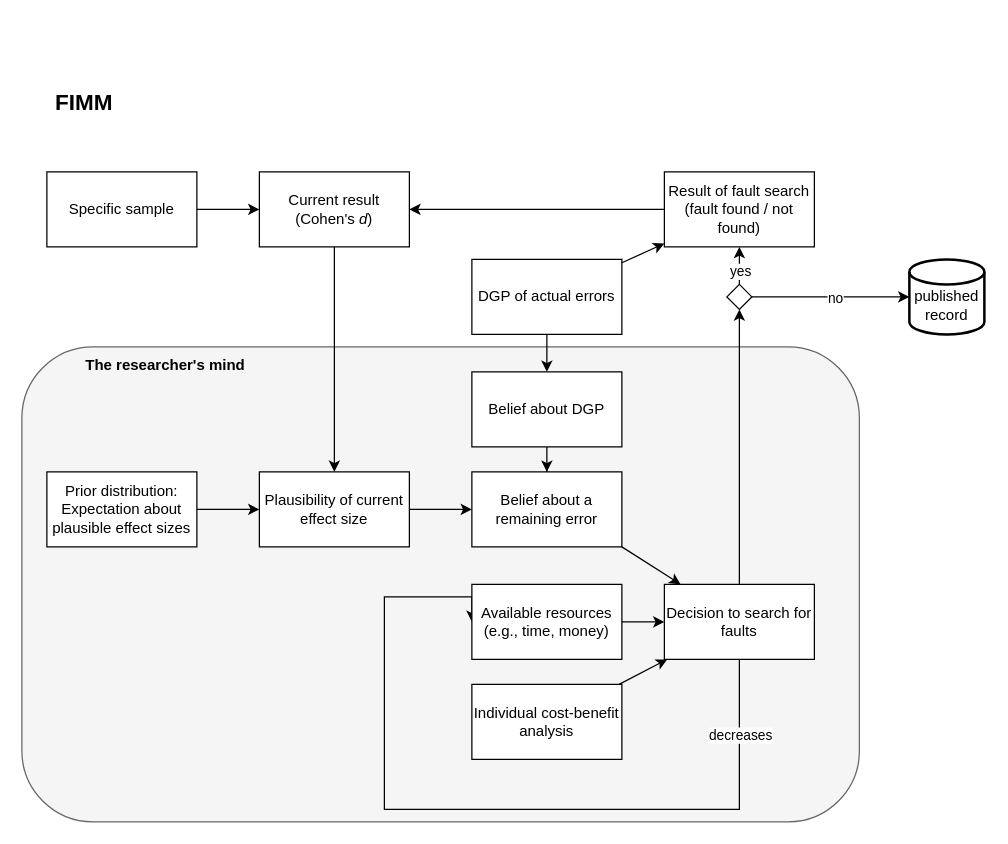
Earlier version of the draw.io diagram scientific_errors_VAST.drawio (nicebread/scientific_errors). Source tidied: cells renumbered, new cells numbered last; positions are measured from the earlier drawing's top-left corner, leaving out a move shared by most shapes. Both pictures are drawn from the tidied source at 125%, with x=0, y=0 at pixel (21, 84).
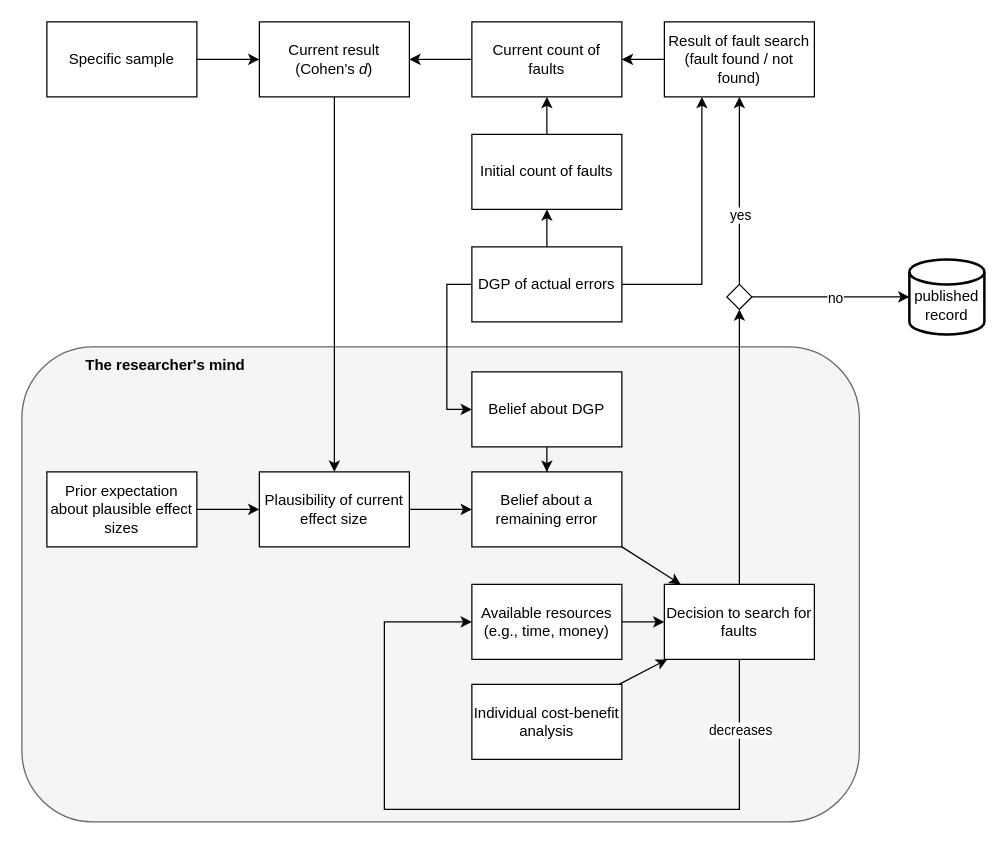
After the change.

Unchanged cells that the change refers to:
```xml
<mxCell id="9" value="Decision to search for faults" style="rounded=0;whiteSpace=wrap;html=1;" parent="1" vertex="1">
  <mxGeometry x="514" y="400" width="120" height="60" as="geometry" />
</mxCell>
<mxCell id="11" value="Available resources (e.g., time, money)" style="rounded=0;whiteSpace=wrap;html=1;" parent="1" vertex="1">
  <mxGeometry x="360" y="400" width="120" height="60" as="geometry" />
</mxCell>
<mxCell id="37" value="Belief about DGP" style="rounded=0;whiteSpace=wrap;html=1;" parent="1" vertex="1">
  <mxGeometry x="360" y="230" width="120" height="60" as="geometry" />
</mxCell>
```

The edit, as a diff of the source:
```diff
@@
-    <mxCell id="6" value="FIMM" style="text;html=1;strokeColor=none;fillColor=none;align=center;verticalAlign=middle;whiteSpace=wrap;rounded=0;fontStyle=1;fontSize=18;" parent="1" vertex="1">
-      <mxGeometry x="20" width="60" height="30" as="geometry" />
-    </mxCell>
     <mxCell id="7" style="edgeStyle=orthogonalEdgeStyle;rounded=0;jettySize=auto;html=1;exitX=0.5;exitY=1;exitDx=0;exitDy=0;entryX=0;entryY=0.5;entryDx=0;entryDy=0;" parent="1" edge="1" source="9" target="11">
       <mxGeometry relative="1" as="geometry">
         <Array as="points">
           <mxPoint x="574" y="580" />
           <mxPoint x="290" y="580" />
-          <mxPoint x="290" y="410" />
+          <mxPoint x="290" y="430" />
         </Array>
       </mxGeometry>
     </mxCell>
@@
-    <mxCell id="13" value="Prior distribution: Expectation about plausible effect sizes" style="rounded=0;whiteSpace=wrap;html=1;" parent="1" vertex="1">
+    <mxCell id="13" value="Prior expectation about plausible effect sizes" style="rounded=0;whiteSpace=wrap;html=1;" parent="1" vertex="1">
       <mxGeometry x="20" y="310" width="120" height="60" as="geometry" />
     </mxCell>
@@
+    <mxCell id="38" style="edgeStyle=orthogonalEdgeStyle;rounded=0;jettySize=auto;html=1;exitX=0;exitY=0.5;exitDx=0;exitDy=0;entryX=1;entryY=0.5;entryDx=0;entryDy=0;" parent="1" edge="1" source="19" target="43">
+      <mxGeometry relative="1" as="geometry" />
+    </mxCell>
     <mxCell id="19" value="Result of fault search&lt;br&gt;(fault found / not found)" style="rounded=0;whiteSpace=wrap;html=1;" parent="1" vertex="1">
-      <mxGeometry x="514" y="70" width="120" height="60" as="geometry" />
+      <mxGeometry x="514" y="-50" width="120" height="60" as="geometry" />
     </mxCell>
@@
-    <mxCell id="22" style="edgeStyle=orthogonalEdgeStyle;rounded=0;jettySize=auto;html=1;" parent="1" edge="1" source="23" target="37">
+    <mxCell id="22" style="edgeStyle=orthogonalEdgeStyle;rounded=0;jettySize=auto;html=1;exitX=0;exitY=0.5;exitDx=0;exitDy=0;entryX=0;entryY=0.5;entryDx=0;entryDy=0;" parent="1" edge="1" source="23" target="37">
       <mxGeometry relative="1" as="geometry" />
     </mxCell>
+    <mxCell id="24" style="edgeStyle=orthogonalEdgeStyle;rounded=0;jettySize=auto;html=1;exitX=1;exitY=0.5;exitDx=0;exitDy=0;entryX=0.25;entryY=1;entryDx=0;entryDy=0;" parent="1" edge="1" source="23" target="19">
+      <mxGeometry relative="1" as="geometry" />
+    </mxCell>
+    <mxCell id="39" style="edgeStyle=orthogonalEdgeStyle;rounded=0;jettySize=auto;html=1;exitX=0.5;exitY=0;exitDx=0;exitDy=0;entryX=0.5;entryY=1;entryDx=0;entryDy=0;" parent="1" edge="1" source="23" target="41">
+      <mxGeometry relative="1" as="geometry" />
+    </mxCell>
     <mxCell id="23" value="DGP of actual errors" style="rounded=0;whiteSpace=wrap;html=1;" parent="1" vertex="1">
-      <mxGeometry x="360" y="140" width="120" height="60" as="geometry" />
+      <mxGeometry x="360" y="130" width="120" height="60" as="geometry" />
     </mxCell>
-    <mxCell id="24" style="endArrow=classic;html=1;rounded=0;" parent="1" edge="1" source="23" target="19">
-      <mxGeometry relative="1" as="geometry" />
-    </mxCell>
-    <mxCell id="25" style="endArrow=classic;html=1;rounded=0;edgeStyle=orthogonalEdgeStyle;" parent="1" edge="1" source="19" target="26">
-      <mxGeometry relative="1" as="geometry" />
-    </mxCell>
     <mxCell id="26" value="Current result (Cohen's &lt;i&gt;d&lt;/i&gt;)" style="rounded=0;whiteSpace=wrap;html=1;" parent="1" vertex="1">
-      <mxGeometry x="190" y="70" width="120" height="60" as="geometry" />
+      <mxGeometry x="190" y="-50" width="120" height="60" as="geometry" />
     </mxCell>
@@
     <mxCell id="28" value="Specific sample" style="rounded=0;whiteSpace=wrap;html=1;" parent="1" vertex="1">
-      <mxGeometry x="20" y="70" width="120" height="60" as="geometry" />
+      <mxGeometry x="20" y="-50" width="120" height="60" as="geometry" />
     </mxCell>
@@
+    <mxCell id="40" style="edgeStyle=orthogonalEdgeStyle;rounded=0;jettySize=auto;html=1;exitX=0.5;exitY=0;exitDx=0;exitDy=0;entryX=0.5;entryY=1;entryDx=0;entryDy=0;" parent="1" edge="1" source="41" target="43">
+      <mxGeometry relative="1" as="geometry" />
+    </mxCell>
+    <mxCell id="41" value="Initial count of faults" style="rounded=0;whiteSpace=wrap;html=1;" parent="1" vertex="1">
+      <mxGeometry x="360" y="40" width="120" height="60" as="geometry" />
+    </mxCell>
+    <mxCell id="42" style="edgeStyle=orthogonalEdgeStyle;rounded=0;jettySize=auto;html=1;exitX=0;exitY=0.5;exitDx=0;exitDy=0;entryX=1;entryY=0.5;entryDx=0;entryDy=0;" parent="1" edge="1" source="43" target="26">
+      <mxGeometry relative="1" as="geometry" />
+    </mxCell>
+    <mxCell id="43" value="Current count of faults" style="rounded=0;whiteSpace=wrap;html=1;" parent="1" vertex="1">
+      <mxGeometry x="360" y="-50" width="120" height="60" as="geometry" />
+    </mxCell>
```
